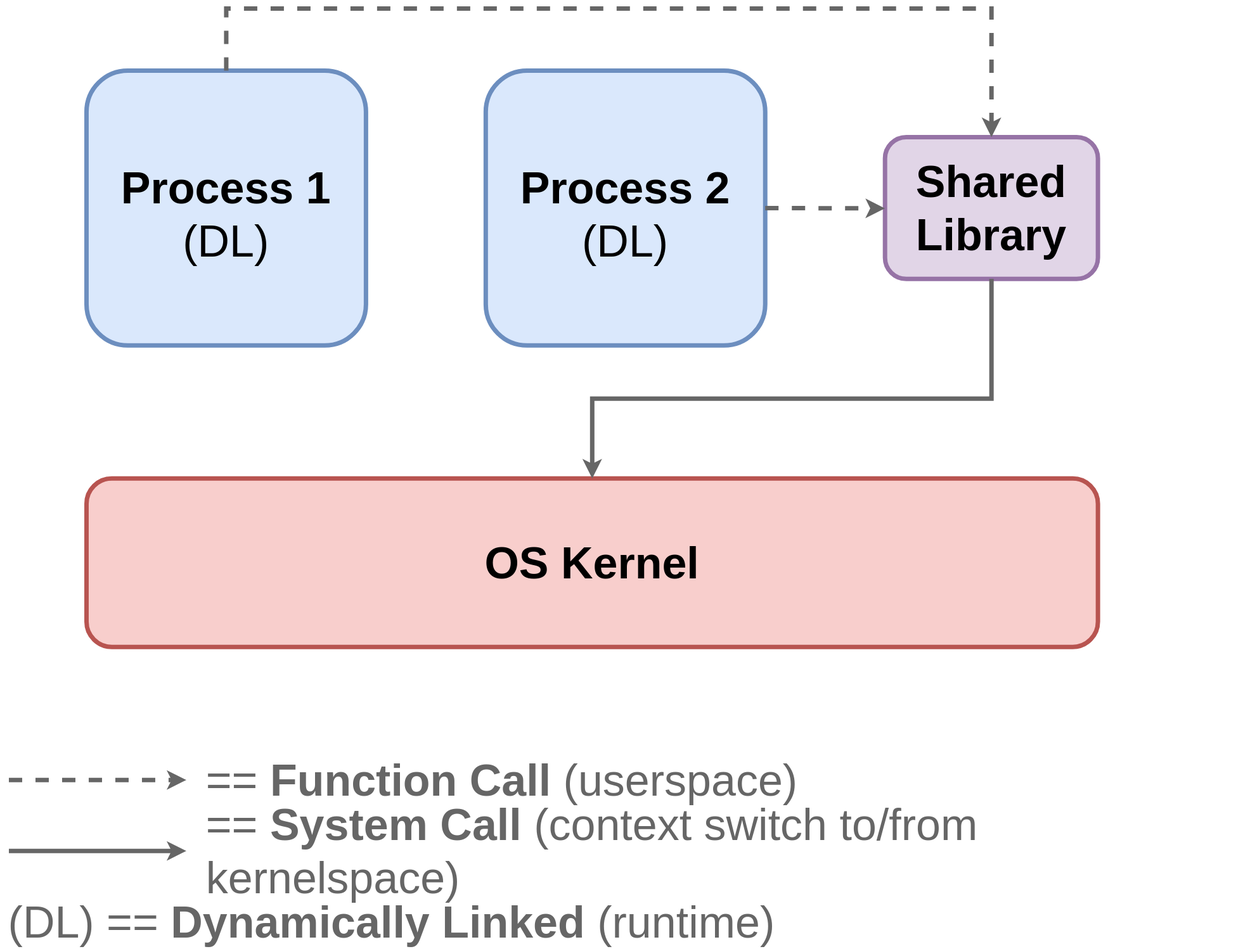
Earlier version of the draw.io export docs/chp2/link_dynamic.svg (tnballo/high-assurance-rust). Source tidied: cells renumbered, new cells last; positions are measured from the earlier drawing's top-left corner, leaving out a move shared by most shapes.
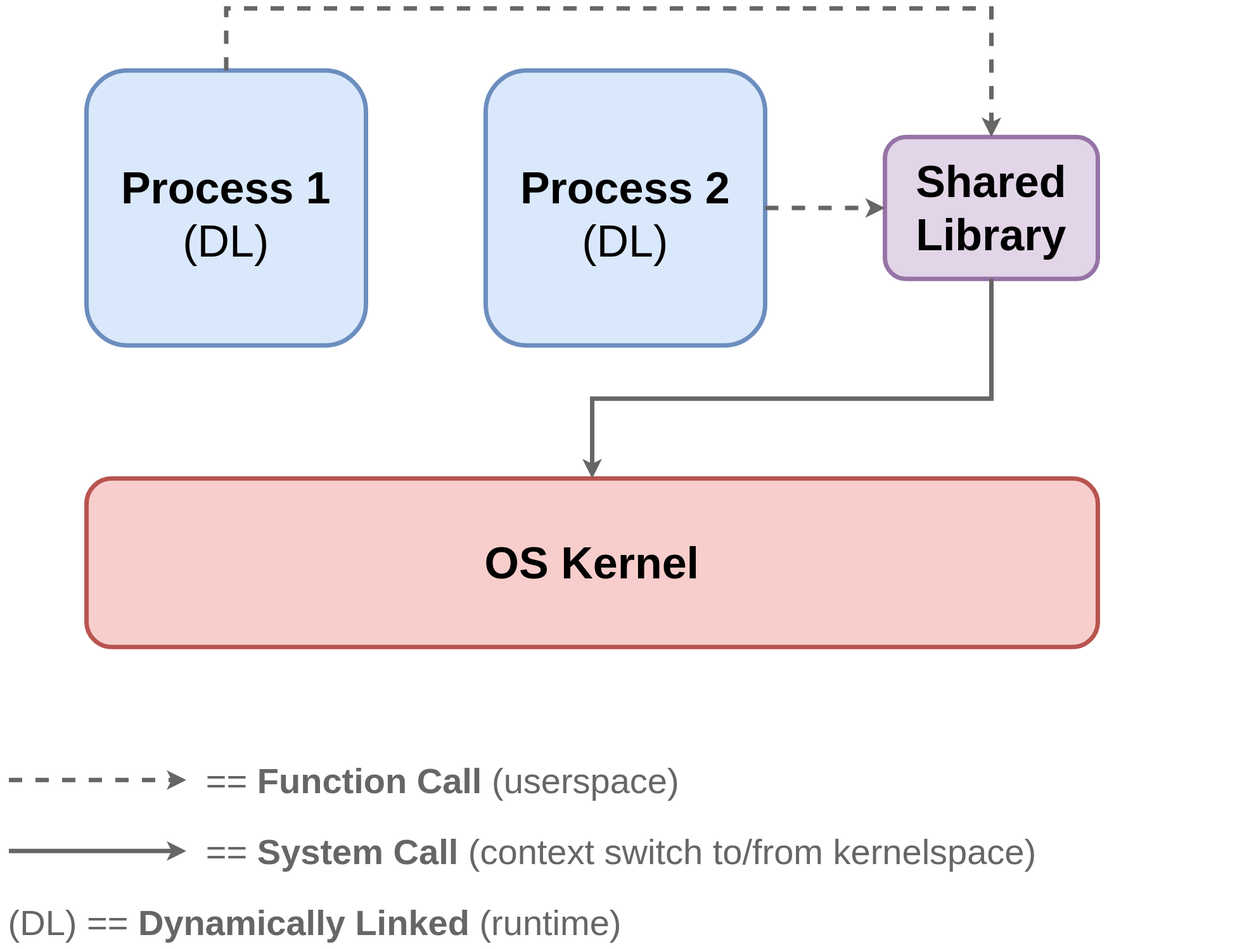
After the commit.

What changed in the source:
```diff
@@ -43,13 +43,13 @@
         <mxPoint x="202.5" y="950" as="targetPoint" />
       </mxGeometry>
     </mxCell>
-    <mxCell id="11" value="&lt;div align=&quot;left&quot;&gt;&lt;font color=&quot;#666666&quot;&gt;== &lt;b&gt;Function Call&lt;/b&gt; (userspace)&lt;br&gt;&lt;/font&gt;&lt;/div&gt;" style="text;html=1;strokeColor=none;fillColor=none;align=left;verticalAlign=middle;whiteSpace=wrap;rounded=0;fontSize=50;" parent="1" vertex="1">
+    <mxCell id="11" value="&lt;div style=&quot;font-size: 40px;&quot; align=&quot;left&quot;&gt;&lt;font style=&quot;font-size: 40px;&quot; color=&quot;#666666&quot;&gt;== &lt;b&gt;Function Call&lt;/b&gt; (userspace)&lt;br&gt;&lt;/font&gt;&lt;/div&gt;" style="text;html=1;strokeColor=none;fillColor=none;align=left;verticalAlign=middle;whiteSpace=wrap;rounded=0;fontSize=50;" parent="1" vertex="1">
       <mxGeometry x="222.5" y="840" width="1050" height="60" as="geometry" />
     </mxCell>
-    <mxCell id="12" value="&lt;div align=&quot;left&quot;&gt;&lt;font color=&quot;#666666&quot;&gt;== &lt;b&gt;System Call&lt;/b&gt; (context switch to/from kernelspace)&lt;br&gt;&lt;/font&gt;&lt;/div&gt;" style="text;html=1;strokeColor=none;fillColor=none;align=left;verticalAlign=middle;whiteSpace=wrap;rounded=0;fontSize=50;" parent="1" vertex="1">
+    <mxCell id="12" value="&lt;div style=&quot;font-size: 40px;&quot; align=&quot;left&quot;&gt;&lt;font style=&quot;font-size: 40px;&quot; color=&quot;#666666&quot;&gt;== &lt;b&gt;System Call&lt;/b&gt; (context switch to/from kernelspace)&lt;br&gt;&lt;/font&gt;&lt;/div&gt;" style="text;html=1;strokeColor=none;fillColor=none;align=left;verticalAlign=middle;whiteSpace=wrap;rounded=0;fontSize=50;" parent="1" vertex="1">
       <mxGeometry x="222.5" y="920" width="1170" height="60" as="geometry" />
     </mxCell>
-    <mxCell id="13" value="&lt;div align=&quot;left&quot;&gt;&lt;font color=&quot;#666666&quot;&gt;(DL) == &lt;b&gt;Dynamically Linked &lt;/b&gt;(runtime)&lt;b&gt; &lt;/b&gt;&lt;br&gt;&lt;/font&gt;&lt;/div&gt;" style="text;html=1;strokeColor=none;fillColor=none;align=left;verticalAlign=middle;whiteSpace=wrap;rounded=0;fontSize=50;" parent="1" vertex="1">
+    <mxCell id="13" value="&lt;div style=&quot;font-size: 40px;&quot; align=&quot;left&quot;&gt;&lt;font style=&quot;font-size: 40px;&quot; color=&quot;#666666&quot;&gt;(DL) == &lt;b&gt;Dynamically Linked &lt;/b&gt;(runtime)&lt;b&gt; &lt;/b&gt;&lt;br&gt;&lt;/font&gt;&lt;/div&gt;" style="text;html=1;strokeColor=none;fillColor=none;align=left;verticalAlign=middle;whiteSpace=wrap;rounded=0;fontSize=50;" parent="1" vertex="1">
       <mxGeometry y="1000" width="1170" height="60" as="geometry" />
     </mxCell>
   </root>
```
